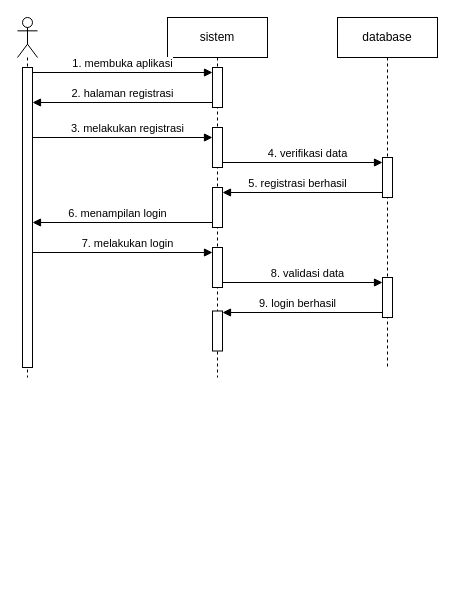
zerocode0806/Flowchart-E-Comerce-Elektronik keeps this draw.io diagram as Sequence-Diagram-Ecommerce-Elektronik.drawio. Above is the earlier version. Source tidied: cells renumbered, new cells numbered last; positions are measured from the earlier drawing's top-left corner, leaving out a move shared by most shapes. Both pictures are drawn from the tidied source at 100%, with x=0, y=0 at pixel (17, 17).
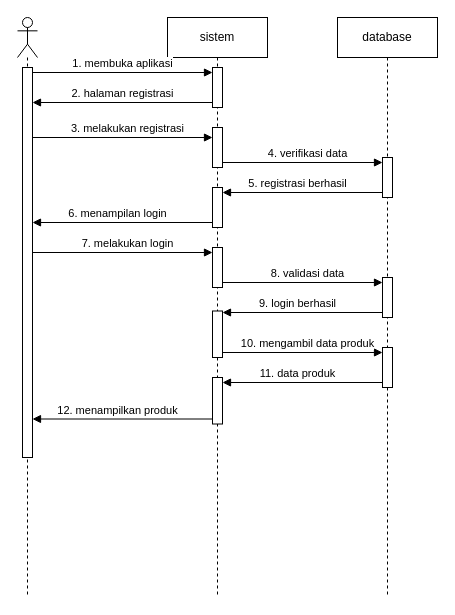
The same page after the edit.

The edit, as a diff of the source:
```diff
@@
     <mxCell id="2" value="sistem" style="shape=umlLifeline;perimeter=lifelinePerimeter;whiteSpace=wrap;html=1;newEdgeStyle={&quot;curved&quot;:0,&quot;rounded&quot;:0};" parent="1" vertex="1">
-      <mxGeometry x="150" width="100" height="360" as="geometry" />
+      <mxGeometry x="150" width="100" height="580" as="geometry" />
     </mxCell>
@@
     <mxCell id="8" style="html=1;points=[[0,0,0,0,5],[0,1,0,0,-5],[1,0,0,0,5],[1,1,0,0,-5]];perimeter=orthogonalPerimeter;outlineConnect=0;targetShapes=umlLifeline;portConstraint=eastwest;newEdgeStyle={&quot;curved&quot;:0,&quot;rounded&quot;:0};" parent="2" vertex="1">
-      <mxGeometry x="45" y="293.5" width="10" height="40" as="geometry" />
+      <mxGeometry x="45" y="293.5" width="10" height="46.5" as="geometry" />
     </mxCell>
+    <mxCell id="22" style="html=1;points=[[0,0,0,0,5],[0,1,0,0,-5],[1,0,0,0,5],[1,1,0,0,-5]];perimeter=orthogonalPerimeter;outlineConnect=0;targetShapes=umlLifeline;portConstraint=eastwest;newEdgeStyle={&quot;curved&quot;:0,&quot;rounded&quot;:0};" parent="2" vertex="1">
+      <mxGeometry x="45" y="360" width="10" height="46.5" as="geometry" />
+    </mxCell>
     <mxCell id="9" style="shape=umlLifeline;perimeter=lifelinePerimeter;whiteSpace=wrap;html=1;newEdgeStyle={&quot;curved&quot;:0,&quot;rounded&quot;:0};participant=umlActor;" parent="1" vertex="1">
-      <mxGeometry width="20" height="360" as="geometry" />
+      <mxGeometry width="20" height="580" as="geometry" />
     </mxCell>
     <mxCell id="10" style="html=1;points=[[0,0,0,0,5],[0,1,0,0,-5],[1,0,0,0,5],[1,1,0,0,-5]];perimeter=orthogonalPerimeter;outlineConnect=0;targetShapes=umlLifeline;portConstraint=eastwest;newEdgeStyle={&quot;curved&quot;:0,&quot;rounded&quot;:0};" parent="9" vertex="1">
-      <mxGeometry x="5" y="50" width="10" height="300" as="geometry" />
+      <mxGeometry x="5" y="50" width="10" height="390" as="geometry" />
     </mxCell>
@@
     <mxCell id="13" value="database" style="shape=umlLifeline;perimeter=lifelinePerimeter;whiteSpace=wrap;html=1;newEdgeStyle={&quot;curved&quot;:0,&quot;rounded&quot;:0};" parent="1" vertex="1">
-      <mxGeometry x="320" width="100" height="350" as="geometry" />
+      <mxGeometry x="320" width="100" height="580" as="geometry" />
     </mxCell>
@@
+    <mxCell id="23" style="html=1;points=[[0,0,0,0,5],[0,1,0,0,-5],[1,0,0,0,5],[1,1,0,0,-5]];perimeter=orthogonalPerimeter;outlineConnect=0;targetShapes=umlLifeline;portConstraint=eastwest;newEdgeStyle={&quot;curved&quot;:0,&quot;rounded&quot;:0};" parent="13" vertex="1">
+      <mxGeometry x="45" y="330" width="10" height="40" as="geometry" />
+    </mxCell>
@@
+    <mxCell id="24" value="10. mengambil data produk" style="html=1;verticalAlign=bottom;endArrow=block;curved=0;rounded=0;entryX=0;entryY=0;entryDx=0;entryDy=5;entryPerimeter=0;exitX=1;exitY=1;exitDx=0;exitDy=-5;exitPerimeter=0;" parent="1" edge="1" source="8" target="23">
+      <mxGeometry x="0.06" relative="1" as="geometry" />
+    </mxCell>
+    <mxCell id="25" value="11. data produk" style="html=1;verticalAlign=bottom;endArrow=block;curved=0;rounded=0;exitX=0;exitY=1;exitDx=0;exitDy=-5;exitPerimeter=0;" parent="1" edge="1" source="23" target="22">
+      <mxGeometry x="0.06" relative="1" as="geometry" />
+    </mxCell>
+    <mxCell id="26" value="12. menampilkan produk" style="html=1;verticalAlign=bottom;endArrow=block;curved=0;rounded=0;exitX=0;exitY=1;exitDx=0;exitDy=-5;exitPerimeter=0;" parent="1" edge="1" source="22" target="10">
+      <mxGeometry x="0.06" relative="1" as="geometry" />
+    </mxCell>
```
